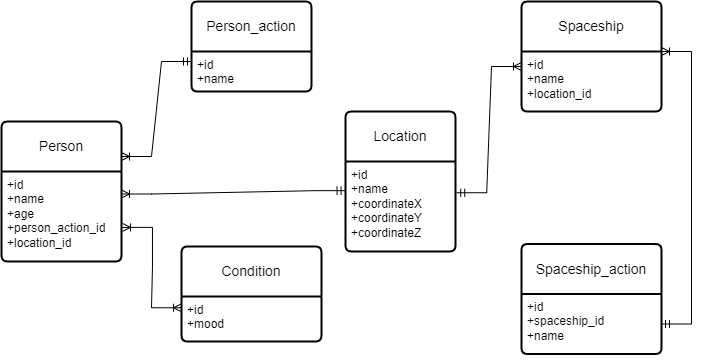
This is DataBases/lab1/InfologicDiagram.drawio.png from EgorovaVarvara/ITMO, a draw.io export, as it was before one commit. Source tidied: cells renumbered, new cells last; positions are measured from the earlier drawing's top-left corner, leaving out a move shared by most shapes.
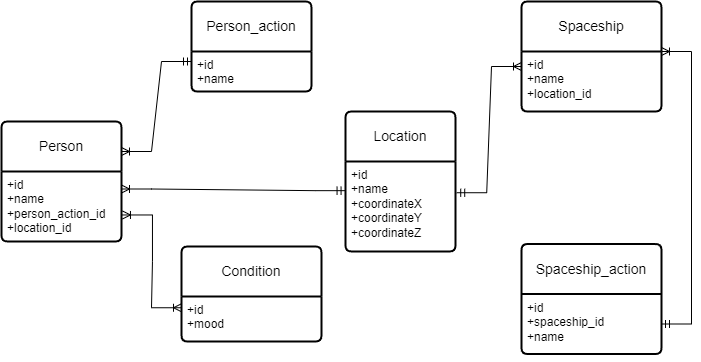
The same diagram one commit later.

The edit, as a diff of the source:
```diff
@@ -3,10 +3,10 @@
     <mxCell id="0" />
     <mxCell id="1" parent="0" />
     <mxCell id="2" value="Person" style="swimlane;horizontal=1;startSize=50;rounded=1;fontSize=14;fontStyle=0;strokeWidth=2;shadow=0;dashed=0;align=center;arcSize=4;whiteSpace=wrap;html=1;" parent="1" vertex="1">
-      <mxGeometry y="120" width="120" height="140" as="geometry" />
+      <mxGeometry y="120" width="120" height="120" as="geometry" />
     </mxCell>
-    <mxCell id="3" value="+id&lt;br&gt;+name&lt;br&gt;+age&lt;br&gt;+person_action_id&lt;br&gt;+location_id" style="align=left;strokeColor=none;fillColor=none;spacingLeft=4;fontSize=12;verticalAlign=top;html=1;" parent="2" vertex="1">
-      <mxGeometry y="50" width="120" height="90" as="geometry" />
+    <mxCell id="3" value="+id&lt;br&gt;+name&lt;br&gt;+person_action_id&lt;br&gt;+location_id" style="align=left;strokeColor=none;fillColor=none;spacingLeft=4;fontSize=12;verticalAlign=top;html=1;" parent="2" vertex="1">
+      <mxGeometry y="50" width="120" height="70" as="geometry" />
     </mxCell>
     <mxCell id="4" style="edgeStyle=orthogonalEdgeStyle;rounded=0;orthogonalLoop=1;jettySize=auto;html=1;exitX=0.5;exitY=1;exitDx=0;exitDy=0;" parent="2" edge="1" source="3" target="3">
       <mxGeometry relative="1" as="geometry" />
```
